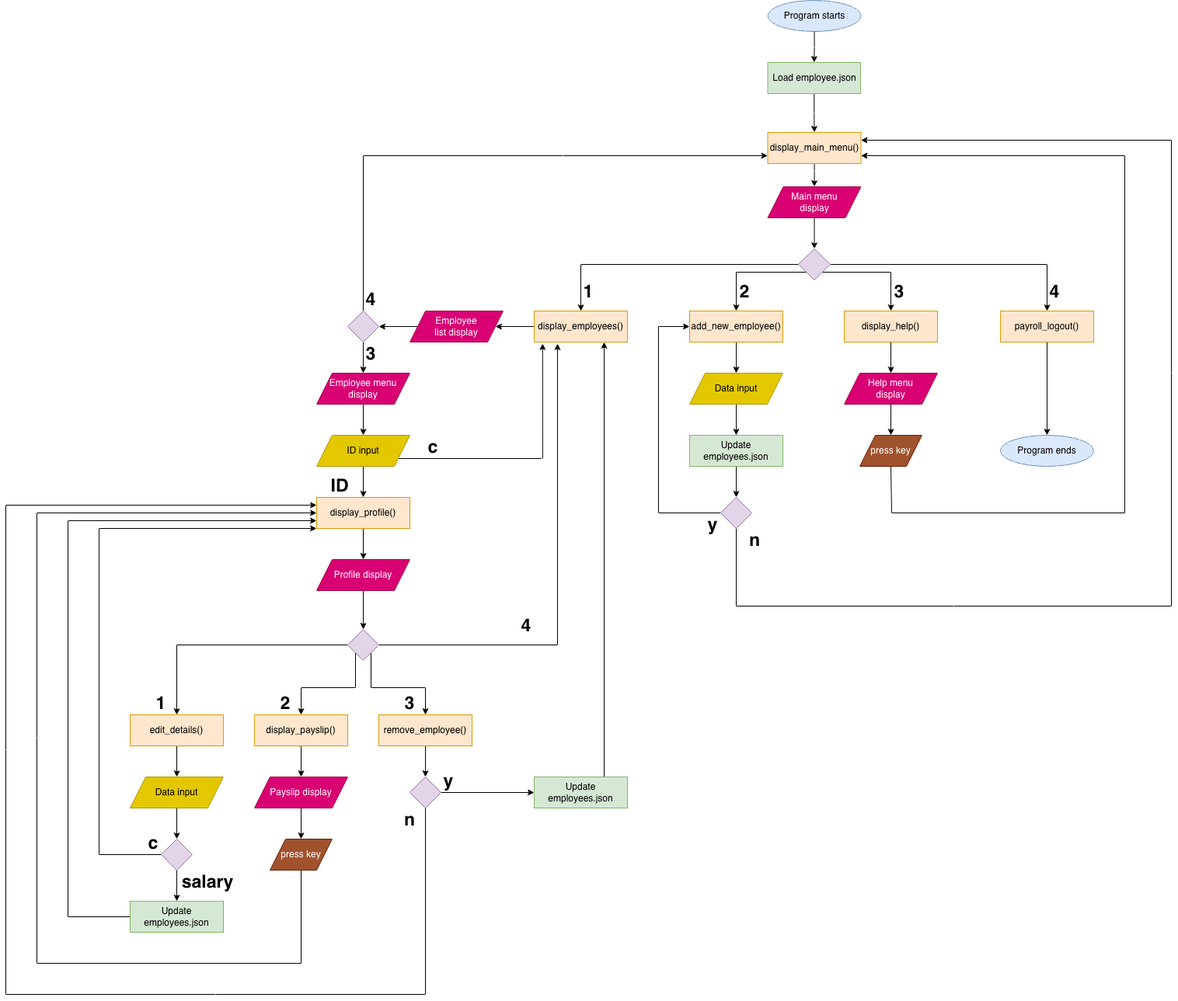
gamzefitz/ProceduralProgramming keeps this draw.io diagram as SD-TA-010-A-Assignment/application_flowchart.drawio.png. Above is the earlier version. Source tidied: cells renumbered, new cells last; positions are measured from the earlier drawing's top-left corner, leaving out a move shared by most shapes.
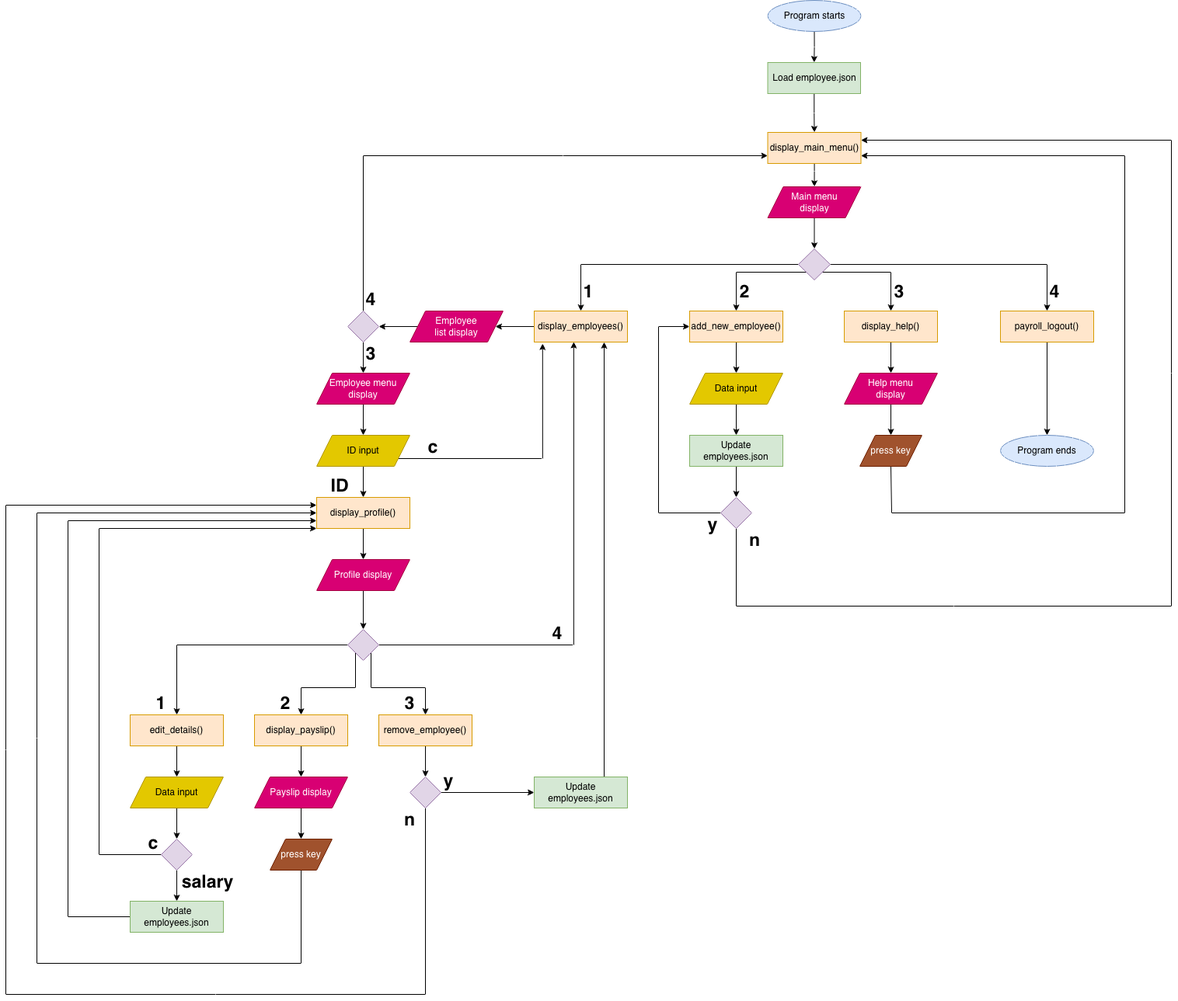
The same diagram one commit later.

What changed in the source:
```diff
@@ -179,12 +179,10 @@
     <mxCell id="52" style="edgeStyle=orthogonalEdgeStyle;rounded=0;jettySize=auto;html=1;entryX=0.5;entryY=0;entryDx=0;entryDy=0;" parent="1" edge="1" source="54" target="39">
       <mxGeometry relative="1" as="geometry" />
     </mxCell>
-    <mxCell id="53" style="edgeStyle=orthogonalEdgeStyle;rounded=0;jettySize=auto;html=1;" parent="1" edge="1" source="54">
+    <mxCell id="53" style="edgeStyle=orthogonalEdgeStyle;rounded=0;jettySize=auto;html=1;entryX=0.424;entryY=0.993;entryDx=0;entryDy=0;entryPerimeter=0;" parent="1" edge="1" source="54" target="14">
       <mxGeometry relative="1" as="geometry">
-        <mxPoint x="710" y="442" as="targetPoint" />
         <Array as="points">
-          <mxPoint x="710" y="830" />
-          <mxPoint x="710" y="442" />
+          <mxPoint x="731" y="830" />
         </Array>
       </mxGeometry>
     </mxCell>
@@ -278,7 +276,7 @@
       <mxGeometry x="490" y="890" width="60" height="30" as="geometry" />
     </mxCell>
     <mxCell id="77" value="4" style="text;html=1;whiteSpace=wrap;strokeColor=none;fillColor=none;align=center;verticalAlign=middle;rounded=0;fontStyle=1;labelBackgroundColor=#FFFFFF;fontSize=23;" parent="1" vertex="1">
-      <mxGeometry x="640" y="790" width="60" height="30" as="geometry" />
+      <mxGeometry x="680" y="800" width="60" height="30" as="geometry" />
     </mxCell>
     <mxCell id="78" value="n" style="text;html=1;whiteSpace=wrap;strokeColor=none;fillColor=none;align=center;verticalAlign=middle;rounded=0;fontStyle=1;labelBackgroundColor=#FFFFFF;fontSize=23;" parent="1" vertex="1">
       <mxGeometry x="490" y="1040" width="60" height="30" as="geometry" />
```
